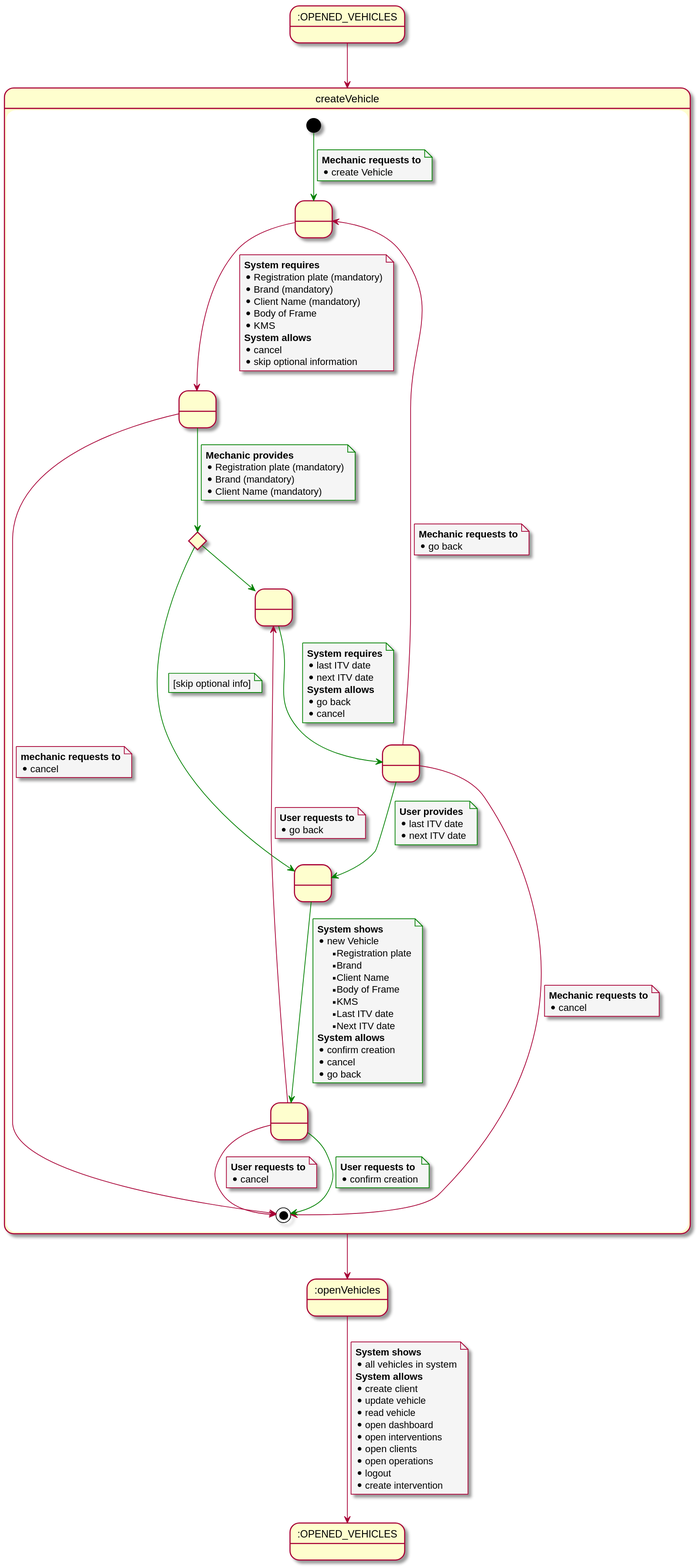
This is documentation/1usecasesview/usecasesspecification/svg/createVehicle.svg from Ruskab/agrimManager, a PlantUML export, as it was before one commit. Source of this version:
```plantuml
@startuml
skinparam {
    NoteBackgroundColor #whiteSmoke
}

state OPENED_VEHICLES as ":OPENED_VEHICLES"
state openVehicles as ":openVehicles"
state initState as ":OPENED_VEHICLES"

initState -down-> createVehicle

state createVehicle {
state 1 as " "
state A0 as " "
state A1 as " "
state 2 as " "
state 4 as " "
state A4 <<choice>>
state 6 as " "

[*]  -[#Green]down-> 1
note on link
    <b>Mechanic requests to</b>
    * create Vehicle
end note

1 -down-> 2
note on link
    <b>System requires</b>
    * Registration plate (mandatory)
    * Brand (mandatory)
    * Client Name (mandatory)
    * Body of Frame
    * KMS
    <b>System allows</b>
    * cancel
    * skip optional information
end note

2 -down-> [*]
note on link
<b>mechanic requests to
* cancel
end note

2 -[#Green]down-> A4
note on link
<b>Mechanic provides</b>
* Registration plate (mandatory)
* Brand (mandatory)
* Client Name (mandatory)
end note

A4 -[#Green]down-> A1
note on link
[skip optional info]
end note


A4 -[#Green]down-> 4

4 -[#Green]down-> A0
note on link
<b>System requires</b>
* last ITV date
* next ITV date
<b>System allows</b>
* go back
* cancel
end note

A0 -left-> 1
note on link
<b>Mechanic requests to</b>
* go back
end note

A0 -down-> [*]
note on link
<b>Mechanic requests to</b>
* cancel
end note

A0 -[#Green]down-> A1
note on link
<b>User provides</b>
* last ITV date
* next ITV date
end note

A1 -[#Green]down-> 6
note on link
    <b>System shows</b>
    * new Vehicle
    ** Registration plate
    ** Brand
    ** Client Name
    ** Body of Frame
    ** KMS
    ** Last ITV date
    ** Next ITV date
    <b>System allows</b>
    *confirm creation
    *cancel
    *go back
end note

6 -[#Green]down-> [*]
note on link
<b>User requests to</b>
* confirm creation
end note

6 -up-> 4
note on link
<b>User requests to</b>
* go back
end note

6 -down-> [*]
note on link
<b>User requests to</b>
* cancel
end note
}

createVehicle --> openVehicles

openVehicles --> OPENED_VEHICLES
note on link
<b>System shows</b>
* all vehicles in system
<b>System allows</b>
* create client
* update vehicle
* read vehicle
* open dashboard
* open interventions
* open clients
* open operations
* logout
* create intervention
end note

@enduml
```
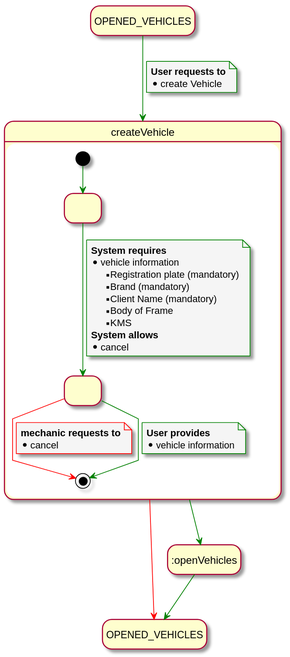
Above is the later version.

Change to the diagram source:
```diff
@@ -1,145 +1,59 @@
 @startuml
 skinparam {
     NoteBackgroundColor #whiteSmoke
+    ArrowColor #green
+    NoteBorderColor #green
+    linetype polyline
 }
 
-state OPENED_VEHICLES as ":OPENED_VEHICLES"
+hide empty description
+
+state OPENED_VEHICLES as "OPENED_VEHICLES"
 state openVehicles as ":openVehicles"
-state initState as ":OPENED_VEHICLES"
+state initState as "OPENED_VEHICLES"
 
 initState -down-> createVehicle
+note on link
+    <b>User requests to</b>
+    * create Vehicle
+end note
 
 state createVehicle {
 state 1 as " "
-state A0 as " "
-state A1 as " "
 state 2 as " "
-state 4 as " "
-state A4 <<choice>>
-state 6 as " "
 
-[*]  -[#Green]down-> 1
-note on link
-    <b>Mechanic requests to</b>
-    * create Vehicle
-end note
+[*]  -down-> 1
+
 
 1 -down-> 2
 note on link
     <b>System requires</b>
-    * Registration plate (mandatory)
-    * Brand (mandatory)
-    * Client Name (mandatory)
-    * Body of Frame
-    * KMS
+    * vehicle information
+    ** Registration plate (mandatory)
+    ** Brand (mandatory)
+    ** Client Name (mandatory)
+    ** Body of Frame
+    ** KMS
     <b>System allows</b>
     * cancel
-    * skip optional information
+end note
+
+2 -down[#red]-> [*]
+note on link
+    <b>mechanic requests to
+    * cancel
 end note
 
 2 -down-> [*]
 note on link
-<b>mechanic requests to
-* cancel
+<b>User provides</b>
+* vehicle information
 end note
-
-2 -[#Green]down-> A4
-note on link
-<b>Mechanic provides</b>
-* Registration plate (mandatory)
-* Brand (mandatory)
-* Client Name (mandatory)
-end note
-
-A4 -[#Green]down-> A1
-note on link
-[skip optional info]
-end note
-
-
-A4 -[#Green]down-> 4
-
-4 -[#Green]down-> A0
-note on link
-<b>System requires</b>
-* last ITV date
-* next ITV date
-<b>System allows</b>
-* go back
-* cancel
-end note
-
-A0 -left-> 1
-note on link
-<b>Mechanic requests to</b>
-* go back
-end note
-
-A0 -down-> [*]
-note on link
-<b>Mechanic requests to</b>
-* cancel
-end note
-
-A0 -[#Green]down-> A1
-note on link
-<b>User provides</b>
-* last ITV date
-* next ITV date
-end note
-
-A1 -[#Green]down-> 6
-note on link
-    <b>System shows</b>
-    * new Vehicle
-    ** Registration plate
-    ** Brand
-    ** Client Name
-    ** Body of Frame
-    ** KMS
-    ** Last ITV date
-    ** Next ITV date
-    <b>System allows</b>
-    *confirm creation
-    *cancel
-    *go back
-end note
-
-6 -[#Green]down-> [*]
-note on link
-<b>User requests to</b>
-* confirm creation
-end note
-
-6 -up-> 4
-note on link
-<b>User requests to</b>
-* go back
-end note
-
-6 -down-> [*]
-note on link
-<b>User requests to</b>
-* cancel
-end note
-}
 
 createVehicle --> openVehicles
 
+createVehicle -[#red]-> OPENED_VEHICLES
+
 openVehicles --> OPENED_VEHICLES
-note on link
-<b>System shows</b>
-* all vehicles in system
-<b>System allows</b>
-* create client
-* update vehicle
-* read vehicle
-* open dashboard
-* open interventions
-* open clients
-* open operations
-* logout
-* create intervention
-end note
 
 @enduml
```
